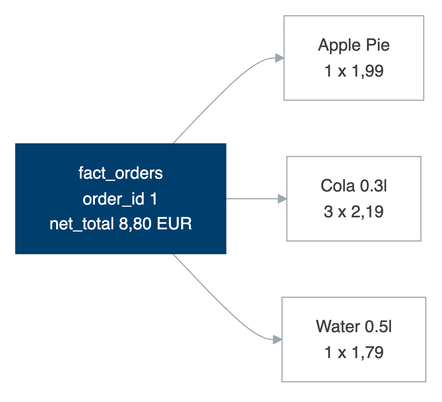
This is slides/diagramme/06_granularitaet.png from swrobuts/BurgerMetrics, a Mermaid export, as it was before one commit. Its source is kept beside it as slides/diagramme/06_granularitaet.mmd. Source of this version:
```mermaid
flowchart LR
    B["fact_orders<br/>order_id 1<br/>net_total 8,80 EUR"]
    P1["Apple Pie<br/>1 x 1,99"]
    P2["Cola 0.3l<br/>3 x 2,19"]
    P3["Water 0.5l<br/>1 x 1,79"]
    B --> P1
    B --> P2
    B --> P3
    style B fill:#003E6E,color:#FFFFFF,stroke:#003E6E
```
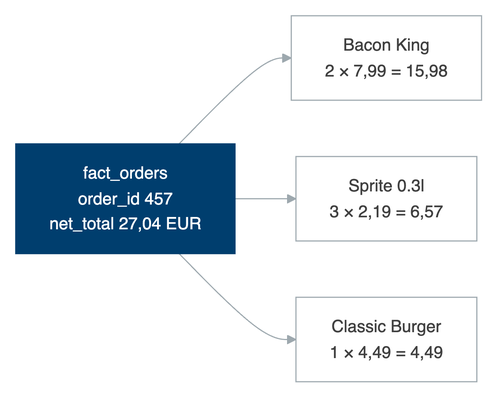
Above is the later version.

The edit, as a diff of the source:
```diff
@@ -1,8 +1,8 @@
 flowchart LR
-    B["fact_orders<br/>order_id 1<br/>net_total 8,80 EUR"]
-    P1["Apple Pie<br/>1 x 1,99"]
-    P2["Cola 0.3l<br/>3 x 2,19"]
-    P3["Water 0.5l<br/>1 x 1,79"]
+    B["fact_orders<br/>order_id 457<br/>net_total 27,04 EUR"]
+    P1["Bacon King<br/>2 × 7,99 = 15,98"]
+    P2["Sprite 0.3l<br/>3 × 2,19 = 6,57"]
+    P3["Classic Burger<br/>1 × 4,49 = 4,49"]
     B --> P1
     B --> P2
     B --> P3
```
